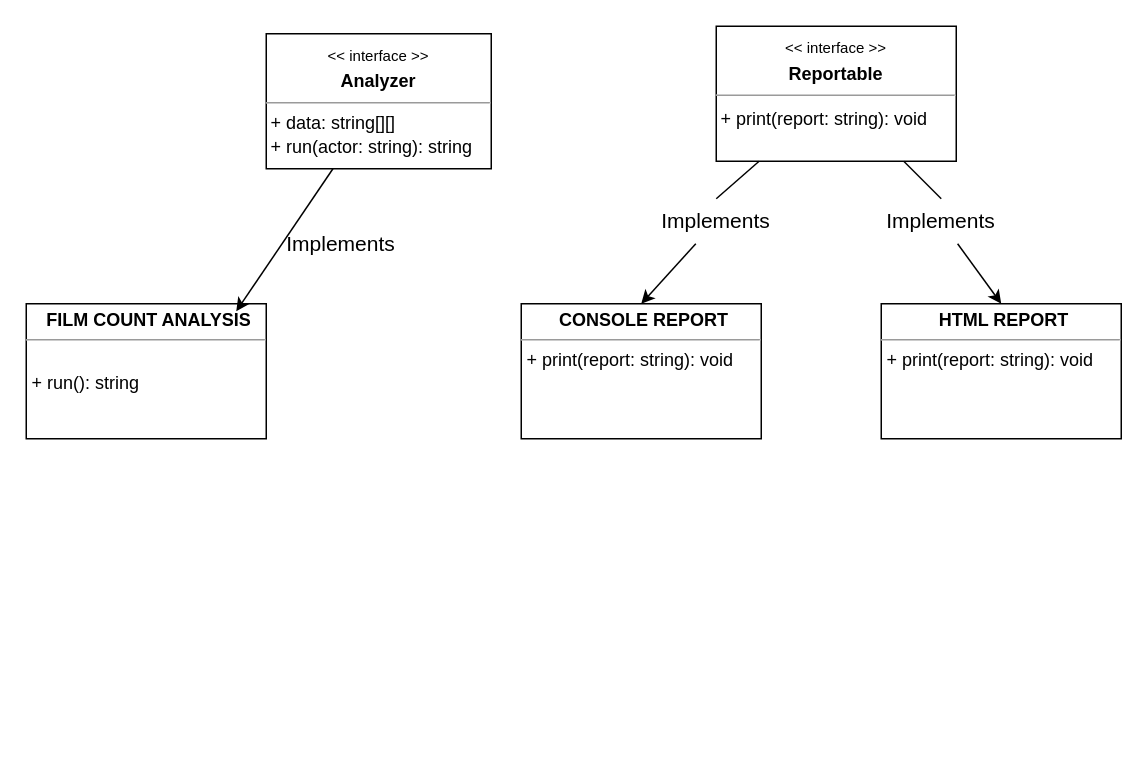
This is page "Page-12" (12 of 12) of sass-explained/Untitled Diagram.drawio from kingsley-ijomah/draw.io, a draw.io file, before an edit. Source tidied: cells renumbered, new cells numbered last; positions are measured from the earlier drawing's top-left corner, leaving out a move shared by most shapes. Both pictures are drawn from the tidied source at 150%, with x=0, y=0 at pixel (26, 26).
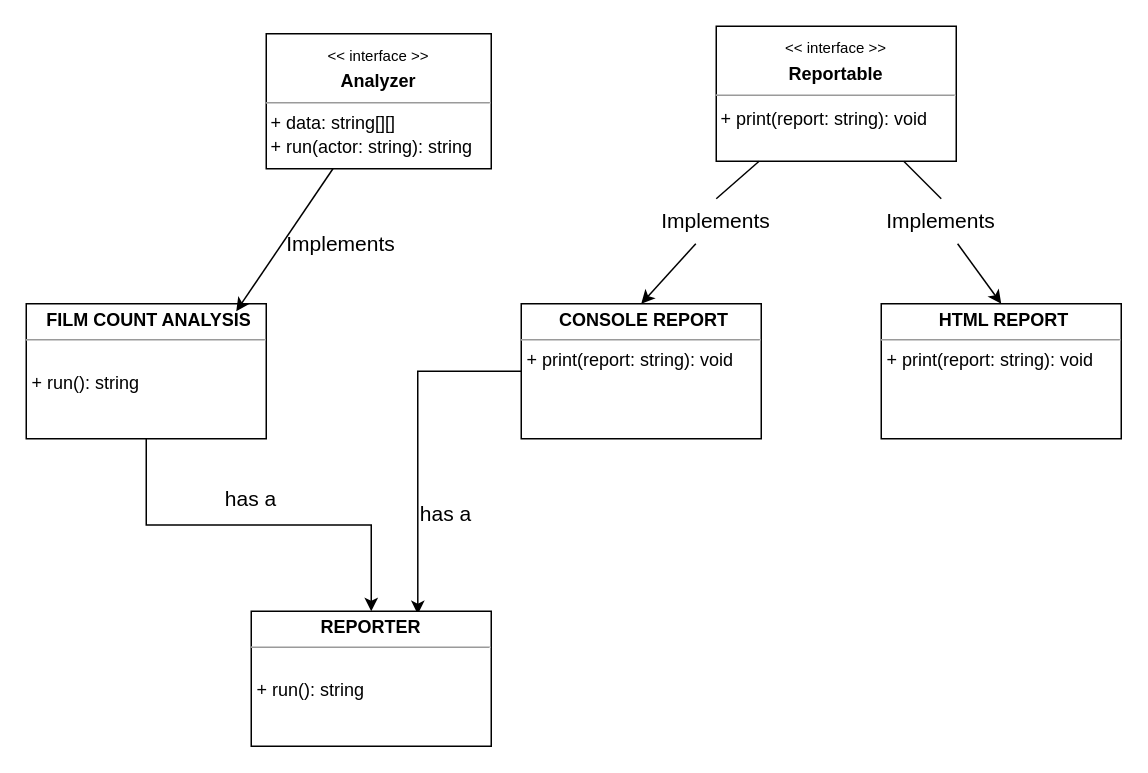
After the change.

Diff of the diagram source:
```diff
@@
 <mxGraphModel>
   <root>
     <mxCell id="0" />
     <mxCell id="1" parent="0" />
+    <mxCell id="15" style="edgeStyle=orthogonalEdgeStyle;rounded=0;jettySize=auto;html=1;" parent="1" edge="1" source="2" target="17">
+      <mxGeometry relative="1" as="geometry" />
+    </mxCell>
     <mxCell id="2" value="&lt;p style=&quot;margin: 0px ; margin-top: 4px ; text-align: center&quot;&gt;&lt;/p&gt;&lt;p style=&quot;text-align: center ; margin: 0px 0px 0px 4px&quot;&gt;&lt;b&gt;FILM COUNT ANALYSIS&lt;/b&gt;&lt;/p&gt;&lt;hr size=&quot;1&quot;&gt;&lt;p style=&quot;margin: 0px ; margin-left: 4px&quot;&gt;&lt;br&gt;&lt;/p&gt;&lt;p style=&quot;margin: 0px ; margin-left: 4px&quot;&gt;+ run(): string&lt;/p&gt;" style="verticalAlign=top;align=left;overflow=fill;fontSize=12;fontFamily=Helvetica;html=1;" parent="1" vertex="1">
       <mxGeometry y="185" width="160" height="90" as="geometry" />
     </mxCell>
     <mxCell id="3" style="edgeStyle=none;rounded=0;jettySize=auto;html=1;entryX=0.875;entryY=0.056;entryDx=0;entryDy=0;entryPerimeter=0;fontSize=14;" parent="1" edge="1" source="4" target="2">
       <mxGeometry relative="1" as="geometry" />
     </mxCell>
     <mxCell id="4" value="&lt;p style=&quot;margin: 0px ; margin-top: 4px ; text-align: center&quot;&gt;&lt;sub&gt;&amp;lt;&amp;lt; interface &amp;gt;&amp;gt;&lt;/sub&gt;&lt;/p&gt;&lt;p style=&quot;margin: 0px ; margin-top: 4px ; text-align: center&quot;&gt;&lt;b&gt;Analyzer&lt;/b&gt;&lt;/p&gt;&lt;hr size=&quot;1&quot;&gt;&lt;div style=&quot;height: 2px&quot;&gt;&amp;nbsp;+ data: string[][]&lt;/div&gt;&lt;div style=&quot;height: 2px&quot;&gt;&lt;br&gt;&lt;/div&gt;&lt;div style=&quot;height: 2px&quot;&gt;&lt;br&gt;&lt;/div&gt;&lt;div style=&quot;height: 2px&quot;&gt;&amp;nbsp;&lt;/div&gt;&lt;div style=&quot;height: 2px&quot;&gt;&amp;nbsp;&lt;/div&gt;&lt;div style=&quot;height: 2px&quot;&gt;&lt;br&gt;&lt;/div&gt;&lt;div style=&quot;height: 2px&quot;&gt;&amp;nbsp;&lt;/div&gt;&lt;div style=&quot;height: 2px&quot;&gt;&lt;br&gt;&lt;/div&gt;&lt;div style=&quot;height: 2px&quot;&gt;&amp;nbsp;+ run(actor: string): string&lt;br&gt;&lt;/div&gt;&lt;div style=&quot;height: 2px&quot;&gt;&lt;br&gt;&lt;/div&gt;&lt;div style=&quot;height: 2px&quot;&gt;&lt;br&gt;&lt;/div&gt;&lt;div style=&quot;height: 2px&quot;&gt;&lt;br&gt;&lt;/div&gt;" style="verticalAlign=top;align=left;overflow=fill;fontSize=12;fontFamily=Helvetica;html=1;" parent="1" vertex="1">
       <mxGeometry x="160" y="5" width="150" height="90" as="geometry" />
     </mxCell>
     <mxCell id="5" value="Implements" style="text;html=1;strokeColor=none;fillColor=none;align=center;verticalAlign=middle;whiteSpace=wrap;rounded=0;fontSize=14;" parent="1" vertex="1">
       <mxGeometry x="180" y="130" width="60" height="30" as="geometry" />
     </mxCell>
+    <mxCell id="16" style="edgeStyle=orthogonalEdgeStyle;rounded=0;jettySize=auto;html=1;entryX=0.694;entryY=0.022;entryDx=0;entryDy=0;entryPerimeter=0;" parent="1" edge="1" source="6" target="17">
+      <mxGeometry relative="1" as="geometry" />
+    </mxCell>
     <mxCell id="6" value="&lt;p style=&quot;margin: 0px ; margin-top: 4px ; text-align: center&quot;&gt;&lt;/p&gt;&lt;p style=&quot;text-align: center ; margin: 0px 0px 0px 4px&quot;&gt;&lt;b&gt;CONSOLE REPORT&lt;/b&gt;&lt;/p&gt;&lt;hr size=&quot;1&quot;&gt;&lt;p style=&quot;margin: 0px ; margin-left: 4px&quot;&gt;+ print(report: string): void&lt;/p&gt;" style="verticalAlign=top;align=left;overflow=fill;fontSize=12;fontFamily=Helvetica;html=1;" parent="1" vertex="1">
       <mxGeometry x="330" y="185" width="160" height="90" as="geometry" />
     </mxCell>
     <mxCell id="7" value="&lt;p style=&quot;margin: 0px ; margin-top: 4px ; text-align: center&quot;&gt;&lt;/p&gt;&lt;p style=&quot;text-align: center ; margin: 0px 0px 0px 4px&quot;&gt;&lt;b&gt;HTML REPORT&lt;/b&gt;&lt;/p&gt;&lt;hr size=&quot;1&quot;&gt;&lt;p style=&quot;margin: 0px ; margin-left: 4px&quot;&gt;+ print(report: string): void&lt;/p&gt;" style="verticalAlign=top;align=left;overflow=fill;fontSize=12;fontFamily=Helvetica;html=1;" parent="1" vertex="1">
       <mxGeometry x="570" y="185" width="160" height="90" as="geometry" />
     </mxCell>
     <mxCell id="8" style="edgeStyle=none;rounded=0;jettySize=auto;html=1;entryX=0.5;entryY=0;entryDx=0;entryDy=0;fontSize=14;startArrow=none;" parent="1" edge="1" source="11" target="6">
       <mxGeometry relative="1" as="geometry" />
     </mxCell>
     <mxCell id="9" style="edgeStyle=none;rounded=0;jettySize=auto;html=1;entryX=0.5;entryY=0;entryDx=0;entryDy=0;fontSize=14;startArrow=none;" parent="1" edge="1" source="13" target="7">
       <mxGeometry relative="1" as="geometry" />
     </mxCell>
     <mxCell id="10" value="&lt;p style=&quot;margin: 0px ; margin-top: 4px ; text-align: center&quot;&gt;&lt;sub&gt;&amp;lt;&amp;lt; interface &amp;gt;&amp;gt;&lt;/sub&gt;&lt;/p&gt;&lt;p style=&quot;margin: 0px ; margin-top: 4px ; text-align: center&quot;&gt;&lt;b&gt;Reportable&lt;/b&gt;&lt;/p&gt;&lt;hr size=&quot;1&quot;&gt;&lt;div style=&quot;height: 2px&quot;&gt;&lt;br&gt;&lt;/div&gt;&lt;div style=&quot;height: 2px&quot;&gt;&amp;nbsp;&lt;span&gt;+ print(report: string): void&lt;/span&gt;&lt;/div&gt;&lt;div style=&quot;height: 2px&quot;&gt;&lt;br&gt;&lt;/div&gt;&lt;div style=&quot;height: 2px&quot;&gt;&lt;br&gt;&lt;/div&gt;&lt;div style=&quot;height: 2px&quot;&gt;&lt;br&gt;&lt;/div&gt;" style="verticalAlign=top;align=left;overflow=fill;fontSize=12;fontFamily=Helvetica;html=1;" parent="1" vertex="1">
       <mxGeometry x="460" width="160" height="90" as="geometry" />
     </mxCell>
     <mxCell id="11" value="Implements" style="text;html=1;strokeColor=none;fillColor=none;align=center;verticalAlign=middle;whiteSpace=wrap;rounded=0;fontSize=14;" parent="1" vertex="1">
       <mxGeometry x="430" y="115" width="60" height="30" as="geometry" />
     </mxCell>
     <mxCell id="12" style="edgeStyle=none;rounded=0;jettySize=auto;html=1;entryX=0.5;entryY=0;entryDx=0;entryDy=0;fontSize=14;endArrow=none;" parent="1" edge="1" source="10" target="11">
       <mxGeometry relative="1" as="geometry" />
     </mxCell>
     <mxCell id="13" value="Implements" style="text;html=1;strokeColor=none;fillColor=none;align=center;verticalAlign=middle;whiteSpace=wrap;rounded=0;fontSize=14;" parent="1" vertex="1">
       <mxGeometry x="580" y="115" width="60" height="30" as="geometry" />
     </mxCell>
     <mxCell id="14" style="edgeStyle=none;rounded=0;jettySize=auto;html=1;entryX=0.5;entryY=0;entryDx=0;entryDy=0;fontSize=14;endArrow=none;" parent="1" edge="1" source="10" target="13">
       <mxGeometry relative="1" as="geometry" />
     </mxCell>
+    <mxCell id="17" value="&lt;p style=&quot;margin: 0px ; margin-top: 4px ; text-align: center&quot;&gt;&lt;/p&gt;&lt;div align=&quot;center&quot;&gt;&lt;b&gt;REPORTER&lt;/b&gt;&lt;/div&gt;&lt;hr size=&quot;1&quot;&gt;&lt;p style=&quot;margin: 0px ; margin-left: 4px&quot;&gt;&lt;br&gt;&lt;/p&gt;&lt;p style=&quot;margin: 0px ; margin-left: 4px&quot;&gt;+ run(): string&lt;/p&gt;" style="verticalAlign=top;align=left;overflow=fill;fontSize=12;fontFamily=Helvetica;html=1;" parent="1" vertex="1">
+      <mxGeometry x="150" y="390" width="160" height="90" as="geometry" />
+    </mxCell>
+    <mxCell id="18" value="has a" style="text;html=1;strokeColor=none;fillColor=none;align=center;verticalAlign=middle;whiteSpace=wrap;rounded=0;fontSize=14;" parent="1" vertex="1">
+      <mxGeometry x="120" y="300" width="60" height="30" as="geometry" />
+    </mxCell>
+    <mxCell id="19" value="has a" style="text;html=1;strokeColor=none;fillColor=none;align=center;verticalAlign=middle;whiteSpace=wrap;rounded=0;fontSize=14;" parent="1" vertex="1">
+      <mxGeometry x="250" y="310" width="60" height="30" as="geometry" />
+    </mxCell>
   </root>
 </mxGraphModel>
```
